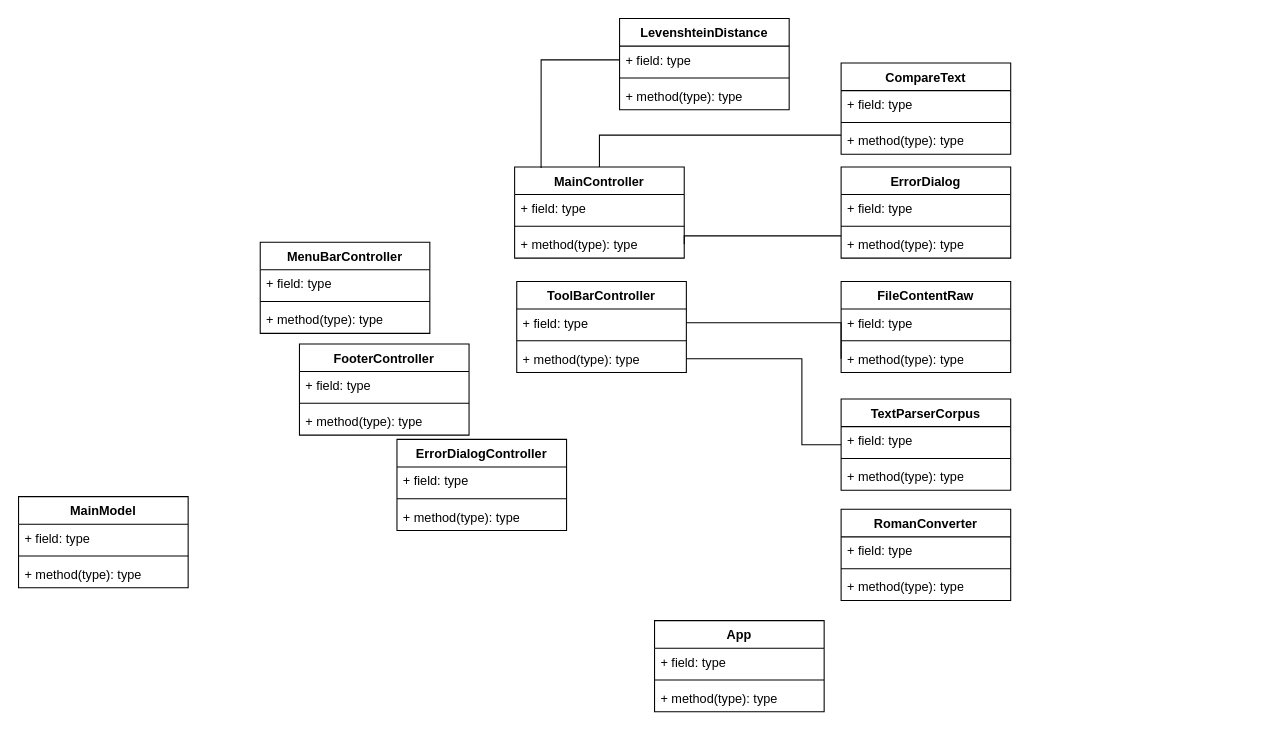
This is diagram.drawio from bluntwise/projetCorpusEditeur, a draw.io file, before an edit. Source tidied: cells renumbered, new cells numbered last; positions are measured from the earlier drawing's top-left corner, leaving out a move shared by most shapes. Both pictures are drawn from the tidied source at 106%, with x=0, y=0 at pixel (18, 18).
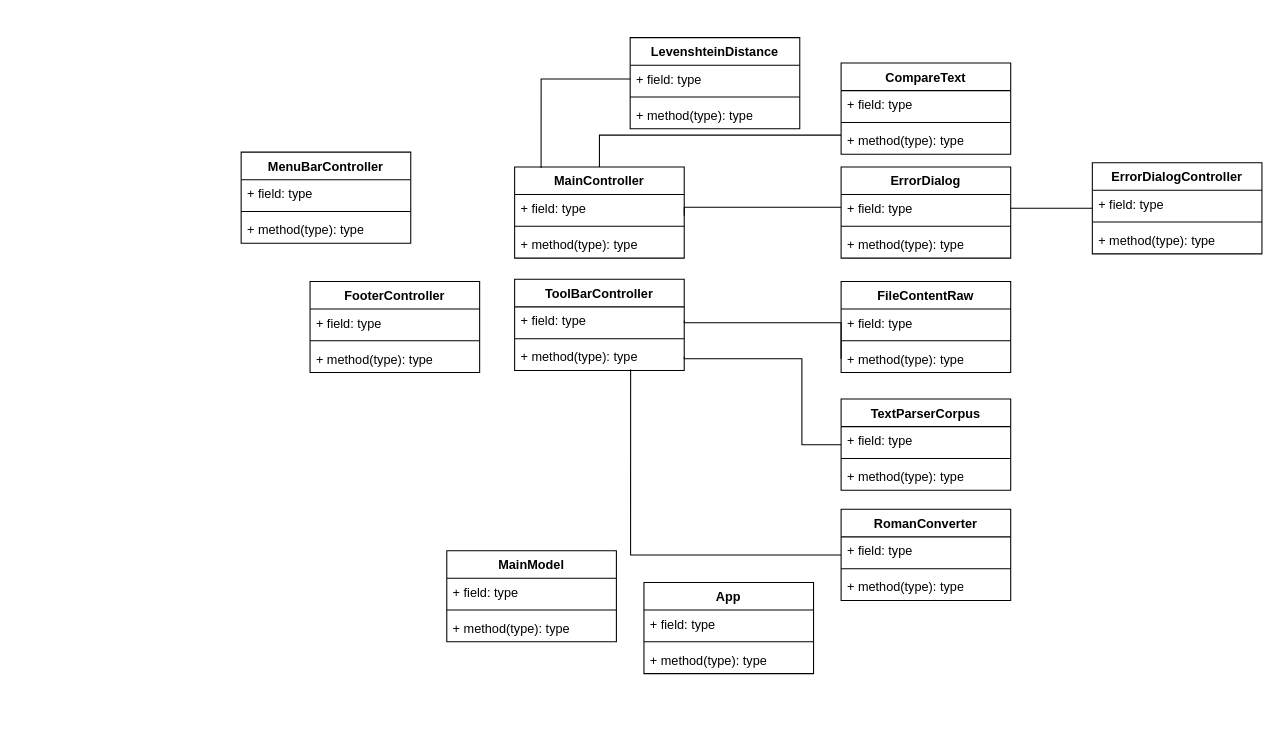
Above is the later version.

The change refers to these unchanged cells:
```xml
<mxCell id="6" value="+ method(type): type" style="text;strokeColor=none;fillColor=none;align=left;verticalAlign=top;spacingLeft=4;spacingRight=4;overflow=hidden;points=[[0,0.5],[1,0.5]];portConstraint=eastwest;whiteSpace=wrap;html=1;" parent="3" vertex="1">
  <mxGeometry y="60" width="160" height="26" as="geometry" />
</mxCell>
<mxCell id="22" value="+ method(type): type" style="text;strokeColor=none;fillColor=none;align=left;verticalAlign=top;spacingLeft=4;spacingRight=4;overflow=hidden;points=[[0,0.5],[1,0.5]];portConstraint=eastwest;whiteSpace=wrap;html=1;" parent="19" vertex="1">
  <mxGeometry y="60" width="160" height="26" as="geometry" />
</mxCell>
<mxCell id="31" value="&lt;div&gt;ErrorDialog&lt;/div&gt;&lt;div&gt;&lt;br&gt;&lt;/div&gt;" style="swimlane;fontStyle=1;align=center;verticalAlign=top;horizontal=1;startSize=26;whiteSpace=wrap;html=1;" parent="1" vertex="1">
  <mxGeometry x="776" y="140" width="160" height="86" as="geometry" />
</mxCell>
<mxCell id="32" value="+ field: type" style="text;strokeColor=none;fillColor=none;align=left;verticalAlign=top;spacingLeft=4;spacingRight=4;overflow=hidden;points=[[0,0.5],[1,0.5]];portConstraint=eastwest;whiteSpace=wrap;html=1;" parent="31" vertex="1">
  <mxGeometry y="26" width="160" height="26" as="geometry" />
</mxCell>
<mxCell id="45" value="&lt;div&gt;RomanConverter&lt;/div&gt;&lt;div&gt;&lt;br&gt;&lt;/div&gt;" style="swimlane;fontStyle=1;align=center;verticalAlign=top;horizontal=1;startSize=26;whiteSpace=wrap;html=1;" parent="1" vertex="1">
  <mxGeometry x="776" y="463" width="160" height="86" as="geometry" />
</mxCell>
```

Change to the diagram source:
```diff
@@
     <mxCell id="7" value="&lt;div&gt;FooterController&lt;/div&gt;&lt;div&gt;&lt;br&gt;&lt;/div&gt;" style="swimlane;fontStyle=1;align=center;verticalAlign=top;horizontal=1;startSize=26;whiteSpace=wrap;html=1;" parent="1" vertex="1">
-      <mxGeometry x="265" y="307" width="160" height="86" as="geometry" />
+      <mxGeometry x="275" y="248" width="160" height="86" as="geometry" />
     </mxCell>
@@
     <mxCell id="11" value="MenuBarController&lt;div&gt;&lt;br&gt;&lt;/div&gt;" style="swimlane;fontStyle=1;align=center;verticalAlign=top;horizontal=1;startSize=26;whiteSpace=wrap;html=1;" parent="1" vertex="1">
-      <mxGeometry x="228" y="211" width="160" height="86" as="geometry" />
+      <mxGeometry x="210" y="126" width="160" height="86" as="geometry" />
     </mxCell>
@@
+    <mxCell id="60" style="edgeStyle=orthogonalEdgeStyle;rounded=0;jettySize=auto;html=1;entryX=1;entryY=0.5;entryDx=0;entryDy=0;endArrow=none;startFill=0;" parent="1" edge="1" source="15" target="32">
+      <mxGeometry relative="1" as="geometry" />
+    </mxCell>
     <mxCell id="15" value="&lt;div&gt;ErrorDialogController&lt;/div&gt;&lt;div&gt;&lt;br&gt;&lt;/div&gt;" style="swimlane;fontStyle=1;align=center;verticalAlign=top;horizontal=1;startSize=26;whiteSpace=wrap;html=1;" parent="1" vertex="1">
-      <mxGeometry x="357" y="397" width="160" height="86" as="geometry" />
+      <mxGeometry x="1013" y="136" width="160" height="86" as="geometry" />
     </mxCell>
@@
     <mxCell id="19" value="&lt;div&gt;ToolBarController&lt;/div&gt;&lt;div&gt;&lt;br&gt;&lt;/div&gt;" style="swimlane;fontStyle=1;align=center;verticalAlign=top;horizontal=1;startSize=26;whiteSpace=wrap;html=1;" parent="1" vertex="1">
-      <mxGeometry x="470" y="248" width="160" height="86" as="geometry" />
+      <mxGeometry x="468" y="246" width="160" height="86" as="geometry" />
     </mxCell>
@@
     <mxCell id="23" value="&lt;div&gt;MainModel&lt;/div&gt;" style="swimlane;fontStyle=1;align=center;verticalAlign=top;horizontal=1;startSize=26;whiteSpace=wrap;html=1;" parent="1" vertex="1">
-      <mxGeometry y="451" width="160" height="86" as="geometry" />
+      <mxGeometry x="404" y="502" width="160" height="86" as="geometry" />
     </mxCell>
@@
     <mxCell id="27" value="&lt;div&gt;App&lt;/div&gt;&lt;div&gt;&lt;br&gt;&lt;/div&gt;" style="swimlane;fontStyle=1;align=center;verticalAlign=top;horizontal=1;startSize=26;whiteSpace=wrap;html=1;" parent="1" vertex="1">
-      <mxGeometry x="600" y="568" width="160" height="86" as="geometry" />
+      <mxGeometry x="590" y="532" width="160" height="86" as="geometry" />
     </mxCell>
@@
     <mxCell id="54" value="&lt;div&gt;LevenshteinDistance&lt;/div&gt;" style="swimlane;fontStyle=1;align=center;verticalAlign=top;horizontal=1;startSize=26;whiteSpace=wrap;html=1;" parent="1" vertex="1">
-      <mxGeometry x="567" width="160" height="86" as="geometry" />
+      <mxGeometry x="577" y="18" width="160" height="86" as="geometry" />
     </mxCell>
@@
-    <mxCell id="58" style="edgeStyle=orthogonalEdgeStyle;rounded=0;jettySize=auto;html=1;entryX=1;entryY=0.5;entryDx=0;entryDy=0;endArrow=none;startFill=0;" parent="1" edge="1" source="31" target="6">
+    <mxCell id="58" style="edgeStyle=orthogonalEdgeStyle;rounded=0;orthogonalLoop=1;jettySize=auto;html=1;entryX=1;entryY=0.5;entryDx=0;entryDy=0;endArrow=none;startFill=0;" parent="1" edge="1">
       <mxGeometry relative="1" as="geometry">
+        <mxPoint x="776" y="178" as="sourcePoint" />
+        <mxPoint x="628" y="186" as="targetPoint" />
         <Array as="points">
-          <mxPoint x="628" y="205" />
+          <mxPoint x="628" y="178" />
         </Array>
       </mxGeometry>
     </mxCell>
@@
+    <mxCell id="61" style="edgeStyle=orthogonalEdgeStyle;rounded=0;jettySize=auto;html=1;entryX=0.684;entryY=0.962;entryDx=0;entryDy=0;entryPerimeter=0;endArrow=none;startFill=0;" parent="1" edge="1" source="45" target="22">
+      <mxGeometry relative="1" as="geometry">
+        <Array as="points">
+          <mxPoint x="577" y="506" />
+        </Array>
+      </mxGeometry>
+    </mxCell>
```
